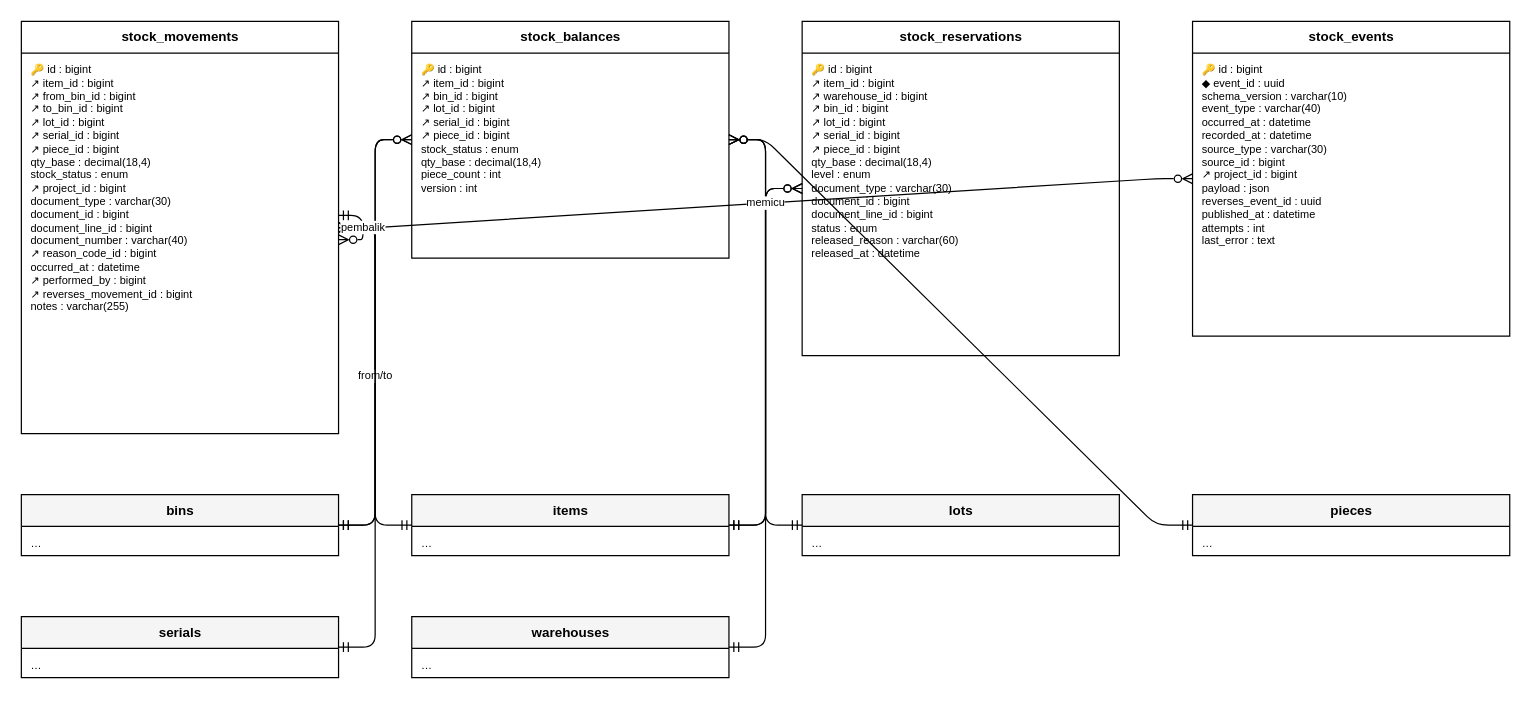
Before: docs/diagram/erd-stok.drawio in HengkyDarmawan/wms, a draw.io diagram. Source tidied: cells renumbered, new cells numbered last; positions are measured from the earlier drawing's top-left corner, leaving out a move shared by most shapes. Both pictures are drawn from the tidied source at 122%, with x=0, y=0 at pixel (21, 21).
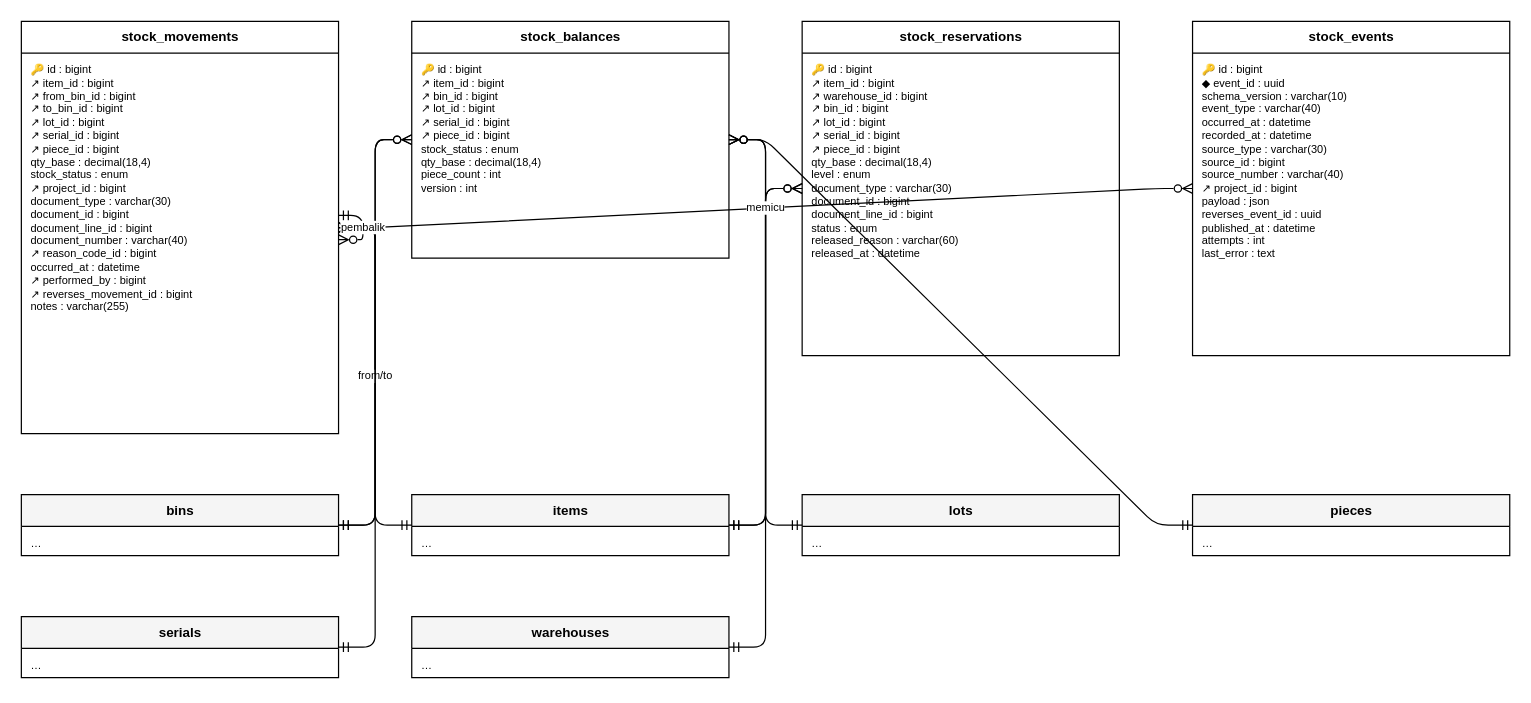
The same diagram, later.

Diff of the diagram source:
```diff
@@
     <mxCell id="8" value="stock_events" style="swimlane;fontStyle=1;horizontal=1;startSize=26;html=1;fontSize=11;fillColor=#FFFFFF;" parent="1" vertex="1">
-      <mxGeometry x="960" width="260" height="258" as="geometry" />
+      <mxGeometry x="960" width="260" height="274" as="geometry" />
     </mxCell>
-    <mxCell id="9" value="🔑 id : bigint&lt;br&gt;◆ event_id : uuid&lt;br&gt;schema_version : varchar(10)&lt;br&gt;event_type : varchar(40)&lt;br&gt;occurred_at : datetime&lt;br&gt;recorded_at : datetime&lt;br&gt;source_type : varchar(30)&lt;br&gt;source_id : bigint&lt;br&gt;↗ project_id : bigint&lt;br&gt;payload : json&lt;br&gt;reverses_event_id : uuid&lt;br&gt;published_at : datetime&lt;br&gt;attempts : int&lt;br&gt;last_error : text" style="text;html=1;strokeColor=none;fillColor=none;align=left;verticalAlign=top;spacingLeft=6;spacingTop=2;fontSize=9;whiteSpace=wrap;overflow=hidden;" parent="8" vertex="1">
-      <mxGeometry y="26" width="260" height="232" as="geometry" />
+    <mxCell id="9" value="🔑 id : bigint&lt;br&gt;◆ event_id : uuid&lt;br&gt;schema_version : varchar(10)&lt;br&gt;event_type : varchar(40)&lt;br&gt;occurred_at : datetime&lt;br&gt;recorded_at : datetime&lt;br&gt;source_type : varchar(30)&lt;br&gt;source_id : bigint&lt;br&gt;source_number : varchar(40)&lt;br&gt;↗ project_id : bigint&lt;br&gt;payload : json&lt;br&gt;reverses_event_id : uuid&lt;br&gt;published_at : datetime&lt;br&gt;attempts : int&lt;br&gt;last_error : text" style="text;html=1;strokeColor=none;fillColor=none;align=left;verticalAlign=top;spacingLeft=6;spacingTop=2;fontSize=9;whiteSpace=wrap;overflow=hidden;" parent="8" vertex="1">
+      <mxGeometry y="26" width="260" height="248" as="geometry" />
     </mxCell>
```
